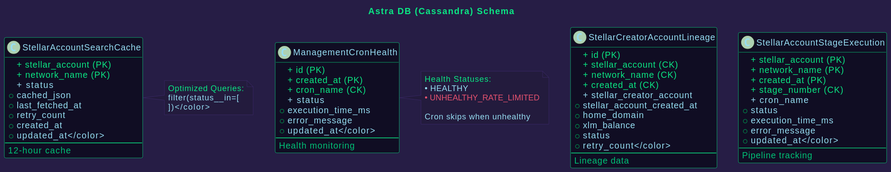
areveur51/StellarMapWeb keeps this PlantUML diagram as diagrams/03_database_schema.svg. Above is the earlier version.
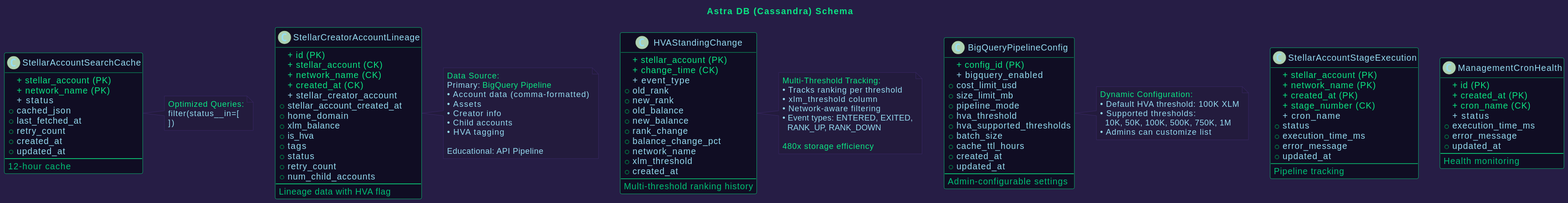
After the commit.

Diff of the diagram source:
```diff
@@ -15,73 +15,132 @@
   FontColor #96DDF2
 }
 
-title <color:#0BE784>Astra DB (Cassandra) Schema</color>
+title <color:#0BE784>Astra DB (Cassandra) Schema
 
 class StellarAccountSearchCache {
-  <color:#0BE784>+ stellar_account (PK)</color>
-  <color:#0BE784>+ network_name (PK)</color>
+  <color:#0BE784>+ stellar_account (PK)
+  <color:#0BE784>+ network_name (PK)
   <color:#96DDF2>+ status
   + cached_json
   + last_fetched_at
   + retry_count
   + created_at
-  + updated_at</color>
+  + updated_at
   --
-  <color:#01C176>12-hour cache</color>
+  <color:#01C176>12-hour cache
 }
 
 class StellarCreatorAccountLineage {
-  <color:#0BE784>+ id (PK)</color>
-  <color:#0BE784>+ stellar_account (CK)</color>
-  <color:#0BE784>+ network_name (CK)</color>
-  <color:#0BE784>+ created_at (CK)</color>
+  <color:#0BE784>+ id (PK)
+  <color:#0BE784>+ stellar_account (CK)
+  <color:#0BE784>+ network_name (CK)
+  <color:#0BE784>+ created_at (CK)
   <color:#96DDF2>+ stellar_creator_account
   + stellar_account_created_at
   + home_domain
   + xlm_balance
+  + is_hva
+  + tags
   + status
-  + retry_count</color>
+  + retry_count
+  + num_child_accounts
   --
-  <color:#01C176>Lineage data</color>
+  <color:#01C176>Lineage data with HVA flag
 }
 
 class StellarAccountStageExecution {
-  <color:#0BE784>+ stellar_account (PK)</color>
-  <color:#0BE784>+ network_name (PK)</color>
-  <color:#0BE784>+ created_at (PK)</color>
-  <color:#0BE784>+ stage_number (CK)</color>
+  <color:#0BE784>+ stellar_account (PK)
+  <color:#0BE784>+ network_name (PK)
+  <color:#0BE784>+ created_at (PK)
+  <color:#0BE784>+ stage_number (CK)
   <color:#96DDF2>+ cron_name
   + status
   + execution_time_ms
   + error_message
-  + updated_at</color>
+  + updated_at
   --
-  <color:#01C176>Pipeline tracking</color>
+  <color:#01C176>Pipeline tracking
 }
 
 class ManagementCronHealth {
-  <color:#0BE784>+ id (PK)</color>
-  <color:#0BE784>+ created_at (PK)</color>
-  <color:#0BE784>+ cron_name (CK)</color>
+  <color:#0BE784>+ id (PK)
+  <color:#0BE784>+ created_at (PK)
+  <color:#0BE784>+ cron_name (CK)
   <color:#96DDF2>+ status
   + execution_time_ms
   + error_message
-  + updated_at</color>
+  + updated_at
   --
-  <color:#01C176>Health monitoring</color>
+  <color:#01C176>Health monitoring
+}
+
+class HVAStandingChange {
+  <color:#0BE784>+ stellar_account (PK)
+  <color:#0BE784>+ change_time (CK)
+  <color:#96DDF2>+ event_type
+  + old_rank
+  + new_rank
+  + old_balance
+  + new_balance
+  + rank_change
+  + balance_change_pct
+  + network_name
+  + xlm_threshold
+  + created_at
+  --
+  <color:#01C176>Multi-threshold ranking history
+}
+
+class BigQueryPipelineConfig {
+  <color:#0BE784>+ config_id (PK)
+  <color:#96DDF2>+ bigquery_enabled
+  + cost_limit_usd
+  + size_limit_mb
+  + pipeline_mode
+  + hva_threshold
+  + hva_supported_thresholds
+  + batch_size
+  + cache_ttl_hours
+  + created_at
+  + updated_at
+  --
+  <color:#01C176>Admin-configurable settings
 }
 
 note right of StellarAccountSearchCache #231B3D
-  <color:#0BE784>Optimized Queries:</color>
+  <color:#0BE784>Optimized Queries:
   <color:#96DDF2>filter(status__in=[
-  ])</color>
+  ])
 end note
 
-note right of ManagementCronHealth #231B3D
-  <color:#0BE784>Health Statuses:</color>
-  <color:#96DDF2>• HEALTHY</color>
-  <color:#E5526F>• UNHEALTHY_RATE_LIMITED</color>
+note right of StellarCreatorAccountLineage #231B3D
+  <color:#0BE784>Data Source:
+  <color:#96DDF2>Primary: <color:#0BE784>BigQuery Pipeline
+  <color:#96DDF2>• Account data (comma-formatted)
+  <color:#96DDF2>• Assets
+  <color:#96DDF2>• Creator info
+  <color:#96DDF2>• Child accounts
+  <color:#96DDF2>• HVA tagging
 
-  <color:#96DDF2>Cron skips when unhealthy</color>
+  <color:#96DDF2>Educational: API Pipeline
+end note
+
+note right of HVAStandingChange #231B3D
+  <color:#0BE784>Multi-Threshold Tracking:
+  <color:#96DDF2>• Tracks ranking per threshold
+  <color:#96DDF2>• xlm_threshold column
+  <color:#96DDF2>• Network-aware filtering
+  <color:#96DDF2>• Event types: ENTERED, EXITED,
+  <color:#96DDF2>  RANK_UP, RANK_DOWN
+
+  <color:#0BE784>480x storage efficiency
+end note
+
+note right of BigQueryPipelineConfig #231B3D
+  <color:#0BE784>Dynamic Configuration:
+  <color:#96DDF2>• Default HVA threshold: 100K XLM
+  <color:#96DDF2>• Supported thresholds:
+  <color:#96DDF2>  10K, 50K, 100K, 500K, 750K, 1M
+  <color:#96DDF2>• Admins can customize list
 end note
 @enduml
```
